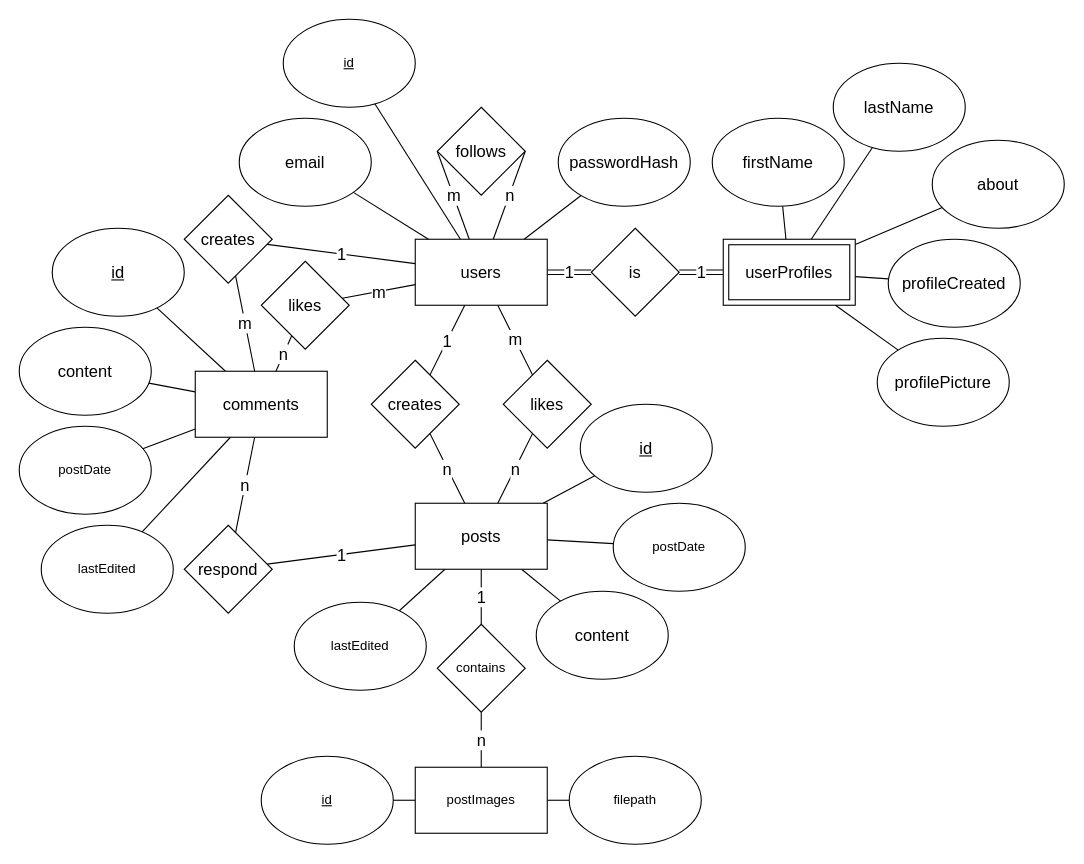
This is webbutveckling/Databaser/Moment4/er.drawio from EliasEriksson/miun, a draw.io file, before an edit. Source tidied: cells renumbered, new cells numbered last; positions are measured from the earlier drawing's top-left corner, leaving out a move shared by most shapes. Both pictures are drawn from the tidied source at 110%, with x=0, y=0 at pixel (19, 19).
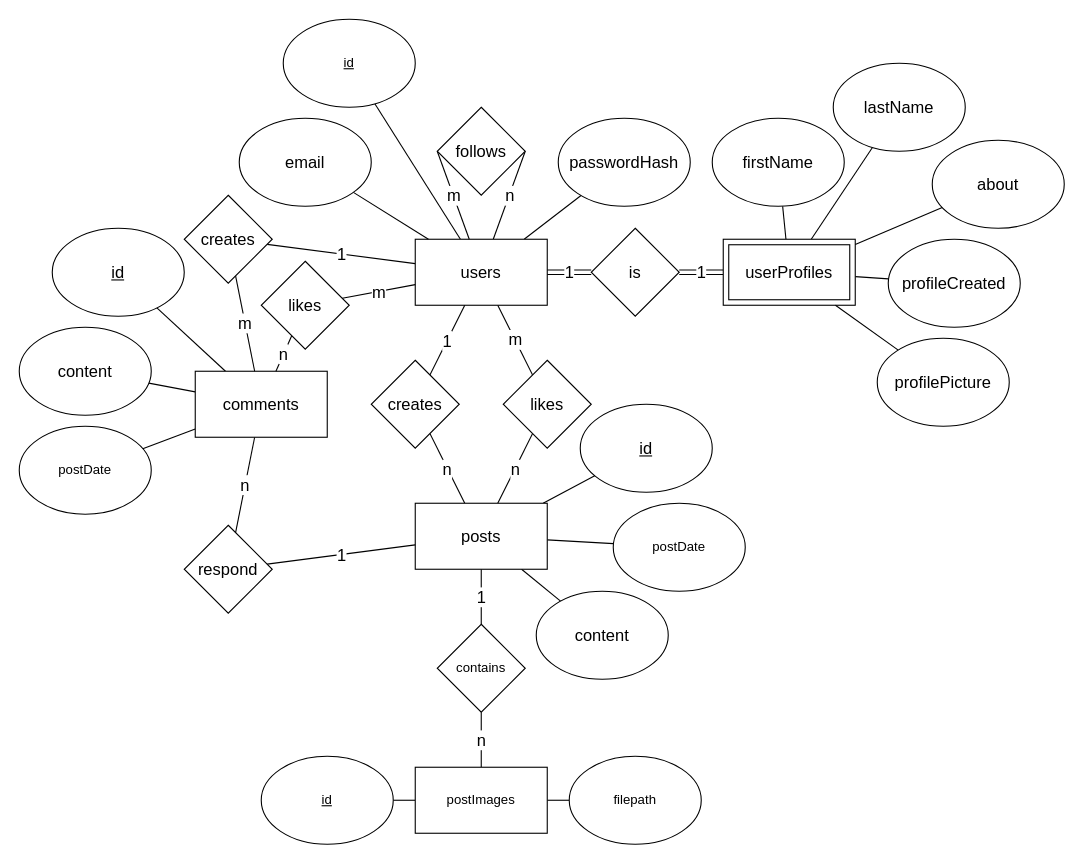
The same page after the edit.

The change refers to these unchanged cells:
```xml
<mxCell id="15" value="posts" style="rounded=0;whiteSpace=wrap;html=1;fontSize=15;" parent="1" vertex="1">
  <mxGeometry x="360" y="440" width="120" height="60" as="geometry" />
</mxCell>
<mxCell id="33" value="comments" style="rounded=0;whiteSpace=wrap;html=1;fontSize=15;" parent="1" vertex="1">
  <mxGeometry x="160" y="320" width="120" height="60" as="geometry" />
</mxCell>
```

Change to the diagram source:
```diff
@@
-    <mxCell id="13" style="edgeStyle=none;jettySize=auto;html=1;endArrow=none;fontSize=15;" parent="1" edge="1" source="15" target="54">
-      <mxGeometry relative="1" as="geometry" />
-    </mxCell>
@@
-    <mxCell id="32" style="edgeStyle=none;jettySize=auto;html=1;endArrow=none;fontSize=15;" parent="1" edge="1" source="33" target="58">
-      <mxGeometry relative="1" as="geometry" />
-    </mxCell>
@@
-    <mxCell id="54" value="lastEdited" style="ellipse;whiteSpace=wrap;html=1;" parent="1" vertex="1">
-      <mxGeometry x="250" y="530" width="120" height="80" as="geometry" />
-    </mxCell>
@@
-    <mxCell id="58" value="lastEdited" style="ellipse;whiteSpace=wrap;html=1;" parent="1" vertex="1">
-      <mxGeometry x="20" y="460" width="120" height="80" as="geometry" />
-    </mxCell>
```
